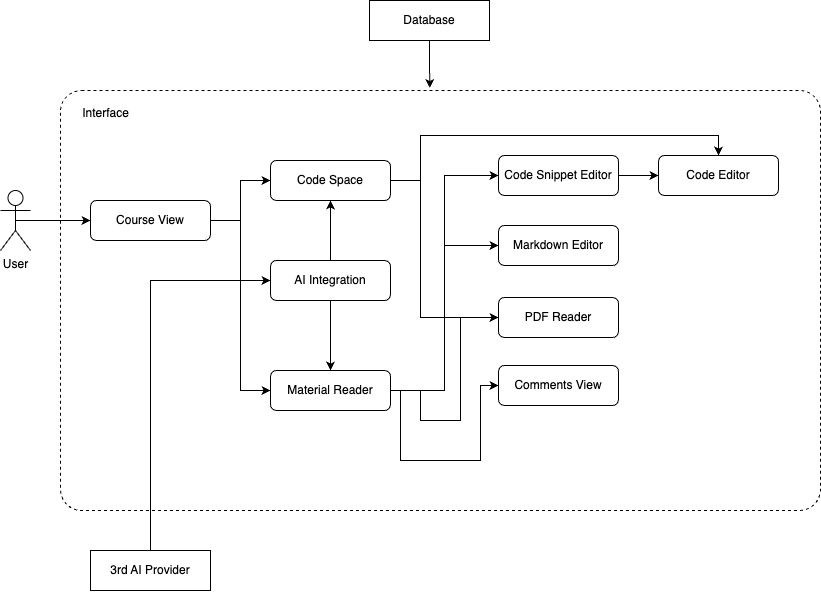
Before: docs/images/architecture-diagram.png, a diagram exported from draw.io (sustech-cs304/team-project-25spring-2). Source tidied: cells renumbered, new cells last; positions are measured from the earlier drawing's top-left corner, leaving out a move shared by most shapes.
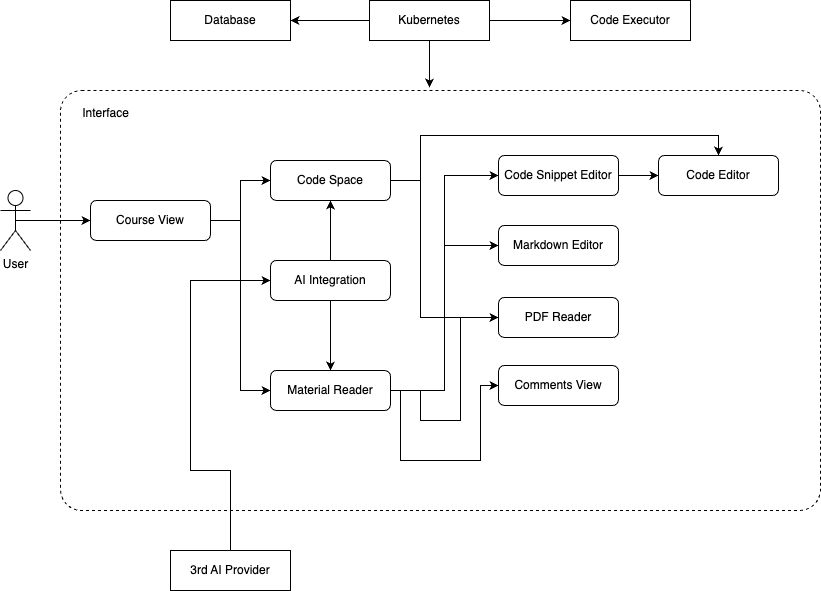
Later version of the same file.

Commit message:
report: add description

What changed in the source:
```diff
@@ -69,9 +69,6 @@
     <mxCell id="15" value="User" style="shape=umlActor;verticalLabelPosition=bottom;verticalAlign=top;html=1;outlineConnect=0;" parent="1" vertex="1">
       <mxGeometry y="190" width="30" height="60" as="geometry" />
     </mxCell>
-    <mxCell id="16" value="Database" style="rounded=0;whiteSpace=wrap;html=1;" parent="1" vertex="1">
-      <mxGeometry x="369" width="120" height="40" as="geometry" />
-    </mxCell>
     <mxCell id="17" value="Code Editor" style="rounded=1;whiteSpace=wrap;html=1;" parent="1" vertex="1">
       <mxGeometry x="658" y="155" width="120" height="40" as="geometry" />
     </mxCell>
@@ -102,14 +99,37 @@
     <mxCell id="26" value="AI Integration" style="rounded=1;whiteSpace=wrap;html=1;" parent="1" vertex="1">
       <mxGeometry x="270" y="260" width="120" height="40" as="geometry" />
     </mxCell>
-    <mxCell id="27" style="edgeStyle=orthogonalEdgeStyle;rounded=0;jettySize=auto;html=1;exitX=0.5;exitY=1;exitDx=0;exitDy=0;entryX=0.486;entryY=-0.006;entryDx=0;entryDy=0;entryPerimeter=0;" parent="1" edge="1" source="16" target="2">
-      <mxGeometry relative="1" as="geometry" />
-    </mxCell>
     <mxCell id="28" style="edgeStyle=orthogonalEdgeStyle;rounded=0;jettySize=auto;html=1;exitX=0.5;exitY=0;exitDx=0;exitDy=0;entryX=0;entryY=0.5;entryDx=0;entryDy=0;" parent="1" edge="1" source="29" target="26">
-      <mxGeometry relative="1" as="geometry" />
+      <mxGeometry relative="1" as="geometry">
+        <Array as="points">
+          <mxPoint x="230" y="470" />
+          <mxPoint x="190" y="470" />
+          <mxPoint x="190" y="280" />
+        </Array>
+      </mxGeometry>
     </mxCell>
     <mxCell id="29" value="3rd AI Provider" style="rounded=0;whiteSpace=wrap;html=1;" parent="1" vertex="1">
-      <mxGeometry x="90" y="550" width="120" height="40" as="geometry" />
+      <mxGeometry x="170" y="550" width="120" height="40" as="geometry" />
     </mxCell>
+    <mxCell id="30" style="edgeStyle=orthogonalEdgeStyle;rounded=0;jettySize=auto;html=1;exitX=0;exitY=0.5;exitDx=0;exitDy=0;entryX=1;entryY=0.5;entryDx=0;entryDy=0;" parent="1" edge="1" source="32" target="16">
+      <mxGeometry relative="1" as="geometry" />
+    </mxCell>
+    <mxCell id="31" style="edgeStyle=orthogonalEdgeStyle;rounded=0;jettySize=auto;html=1;exitX=1;exitY=0.5;exitDx=0;exitDy=0;entryX=0;entryY=0.5;entryDx=0;entryDy=0;" parent="1" edge="1" source="32" target="34">
+      <mxGeometry relative="1" as="geometry" />
+    </mxCell>
+    <mxCell id="32" value="Kubernetes" style="rounded=0;whiteSpace=wrap;html=1;" parent="1" vertex="1">
+      <mxGeometry x="369" width="120" height="40" as="geometry" />
+    </mxCell>
+    <mxCell id="33" style="edgeStyle=orthogonalEdgeStyle;rounded=0;jettySize=auto;html=1;exitX=0.5;exitY=1;exitDx=0;exitDy=0;entryX=0.486;entryY=-0.006;entryDx=0;entryDy=0;entryPerimeter=0;" parent="1" edge="1" source="32">
+      <mxGeometry relative="1" as="geometry">
+        <mxPoint x="429" y="87" as="targetPoint" />
+      </mxGeometry>
+    </mxCell>
+    <mxCell id="16" value="Database" style="rounded=0;whiteSpace=wrap;html=1;" parent="1" vertex="1">
+      <mxGeometry x="170" width="120" height="40" as="geometry" />
+    </mxCell>
+    <mxCell id="34" value="Code Executor" style="rounded=0;whiteSpace=wrap;html=1;" parent="1" vertex="1">
+      <mxGeometry x="570" width="120" height="40" as="geometry" />
+    </mxCell>
   </root>
 </mxGraphModel>
```
